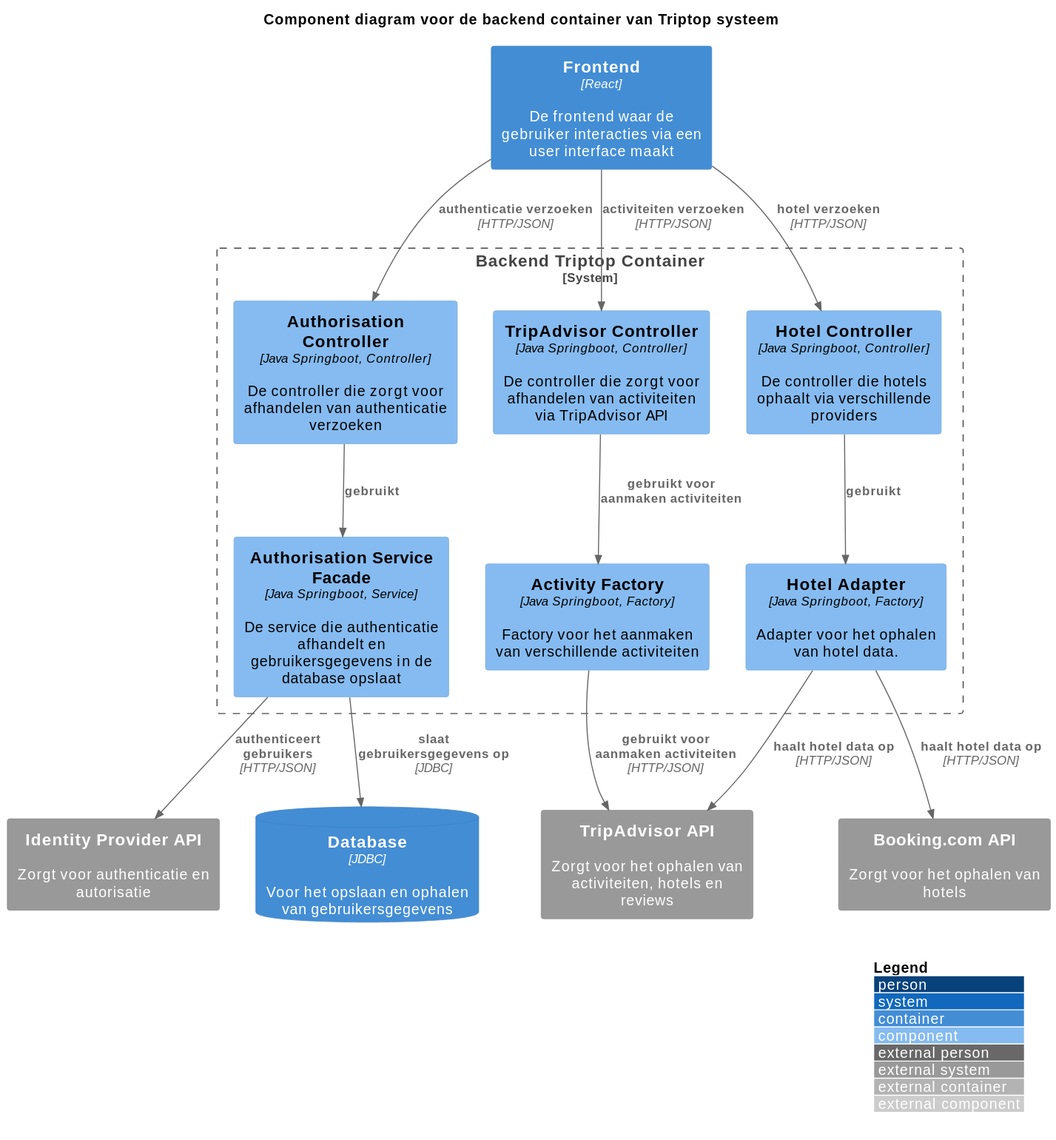
Above: software-guidebook/resources/component-backend-diagram.svg in AIM-ENE-feb25/triptop-groep-b3 (PlantUML), before the change.
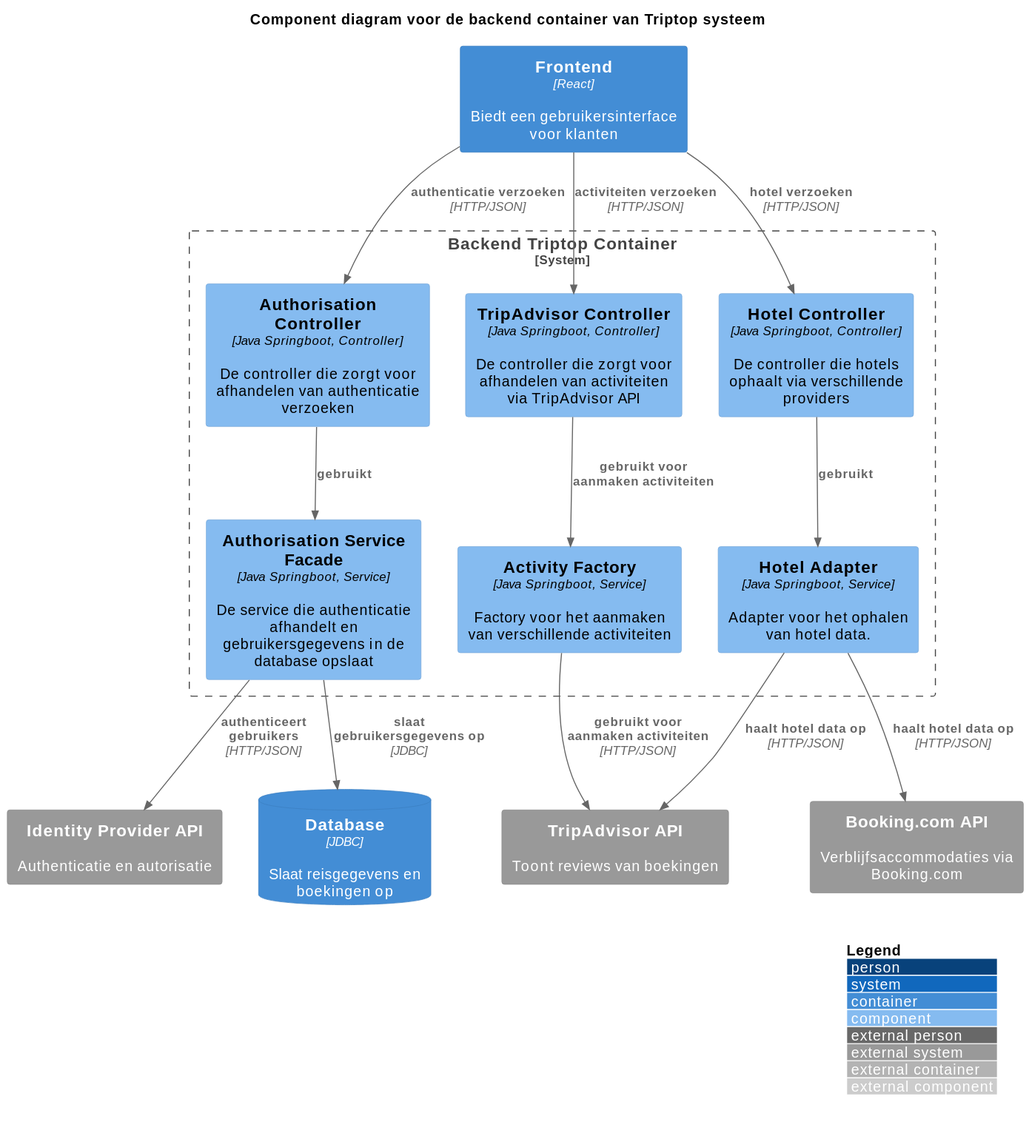
After the change.

Diff of the diagram source:
```diff
@@ -8,24 +8,23 @@
 
 title Component diagram voor de backend container van Triptop systeem
 
-Container(website, "Frontend", "React", "De frontend waar de gebruiker interacties via een user interface maakt")
+Container(website, "Frontend", "React", "Biedt een gebruikersinterface voor klanten")
 
 System_Boundary(triptop, "Backend Triptop Container") {
     Component(authS, "Authorisation Service Facade", "Java Springboot, Service", "De service die authenticatie afhandelt en gebruikersgegevens in de database opslaat")
-
-    Component(actFact, "Activity Factory", "Java Springboot, Factory", "Factory voor het aanmaken van verschillende activiteiten")
-    Component(hotelFact, "Hotel Adapter", "Java Springboot, Factory", "Adapter voor het ophalen van hotel data.")
+    Component(actFact, "Activity Factory", "Java Springboot, Service", "Factory voor het aanmaken van verschillende activiteiten")
+    Component(hotelFact, "Hotel Adapter", "Java Springboot, Service", "Adapter voor het ophalen van hotel data.")
 
     Component(authC, "Authorisation Controller", "Java Springboot, Controller", "De controller die zorgt voor afhandelen van authenticatie verzoeken")
     Component(hotelC, "Hotel Controller", "Java Springboot, Controller", "De controller die hotels ophaalt via verschillende providers")
     Component(tripAdvC, "TripAdvisor Controller", "Java Springboot, Controller", "De controller die zorgt voor afhandelen van activiteiten via TripAdvisor API")
 }
 
-ContainerDb(database, "Database", "JDBC", "Voor het opslaan en ophalen van gebruikersgegevens")
+ContainerDb(database, "Database", "JDBC", "Slaat reisgegevens en boekingen op")
 
-System_Ext(bookingApi, "Booking.com API", "Zorgt voor het ophalen van hotels")
-System_Ext(tripAdvisorApi, "TripAdvisor API", "Zorgt voor het ophalen van activiteiten, hotels en reviews")
-System_Ext(identityProviderApi, "Identity Provider API", "Zorgt voor authenticatie en autorisatie")
+System_Ext(bookingApi, "Booking.com API", "Verblijfsaccommodaties via Booking.com")
+System_Ext(tripAdvisorApi, "TripAdvisor API", "Toont reviews van boekingen")
+System_Ext(identityProviderApi, "Identity Provider API", "Authenticatie en autorisatie")
 
 Rel(authC, authS, "gebruikt")
 Rel(hotelC, hotelFact, "gebruikt")
```
